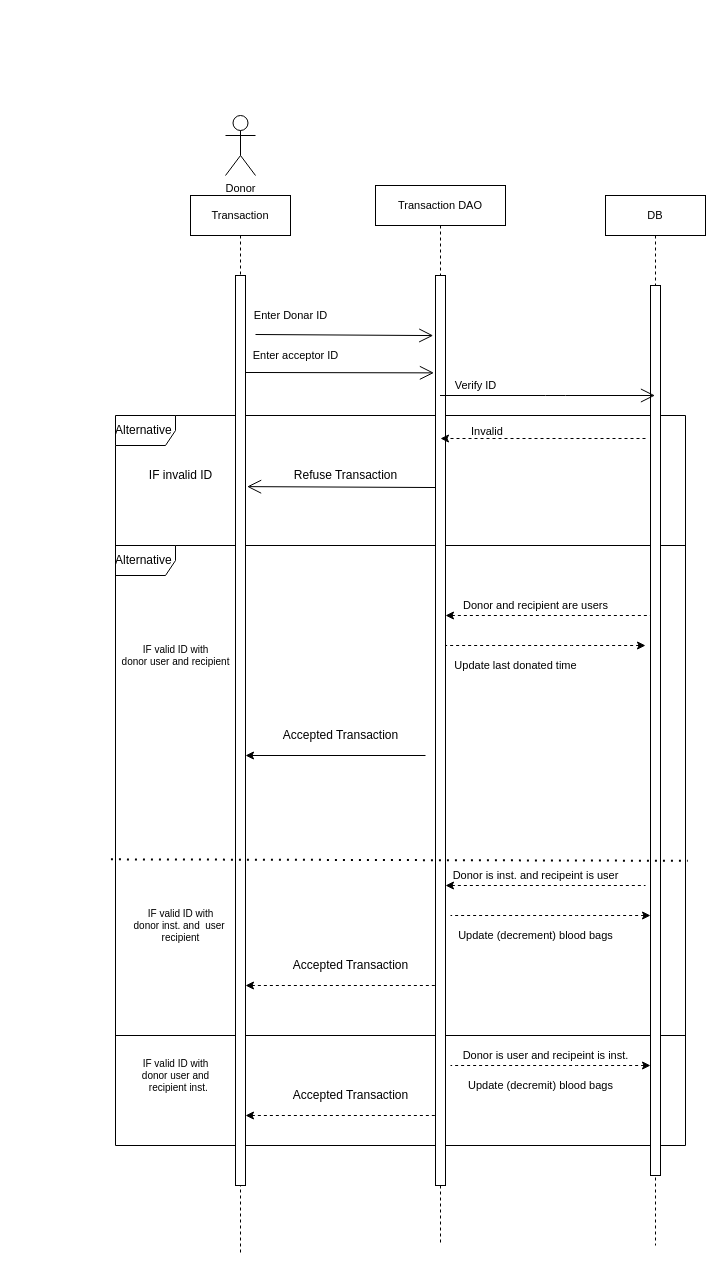
Above: page "Transaction Activity" (4 of 4) of InstitutionManagement.drawio in muhmagdy/Bloodify (draw.io), before the change. Source tidied: cells renumbered, new cells numbered last; positions are measured from the earlier drawing's top-left corner, leaving out a move shared by most shapes. Both pictures are drawn from the tidied source at 100%, with x=0, y=0 at pixel (115, 115).
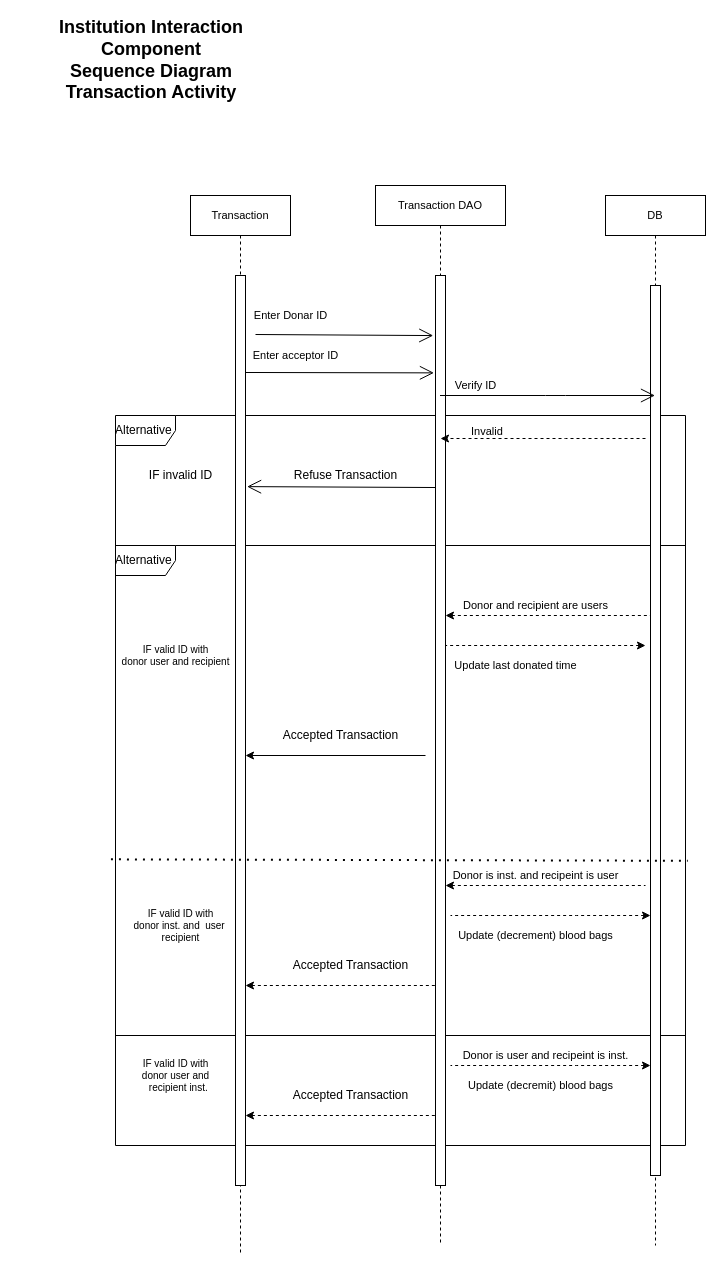
After the change.

Change to the diagram source:
```diff
@@
-    <mxCell id="4" value="Donor" style="shape=umlActor;verticalLabelPosition=bottom;verticalAlign=top;html=1;fontSize=11;" parent="1" vertex="1">
-      <mxGeometry x="110" width="30" height="60" as="geometry" />
-    </mxCell>
@@
+    <mxCell id="43" value="Institution Interaction Component &lt;br style=&quot;font-size: 18px;&quot;&gt;Sequence Diagram&lt;br&gt;Transaction Activity" style="text;html=1;strokeColor=none;fillColor=none;align=center;verticalAlign=middle;whiteSpace=wrap;rounded=0;fontStyle=1;fontSize=18;" parent="1" vertex="1">
+      <mxGeometry x="-98.6" y="-90" width="270" height="70" as="geometry" />
+    </mxCell>
```
